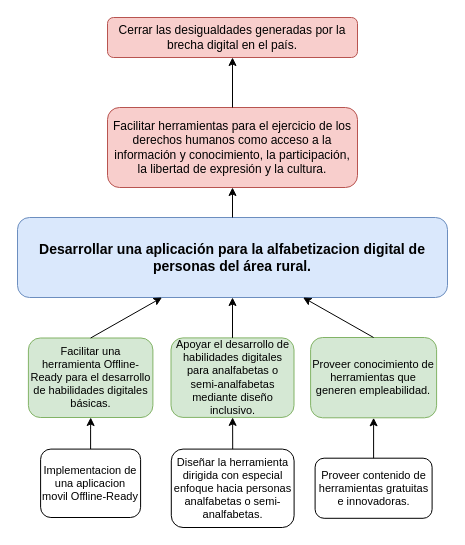
Above: page "Arbol de Objetivos Alfabetizacion digital" (2 of 7) of assets (del Proyecto)/Problemas.drawio in gabrielfmamani696/AlfabetizacionDigitalAreaRural (draw.io), before the change. Source tidied: cells renumbered, new cells numbered last; positions are measured from the earlier drawing's top-left corner, leaving out a move shared by most shapes. Both pictures are drawn from the tidied source at 100%, with x=0, y=0 at pixel (17, 17).
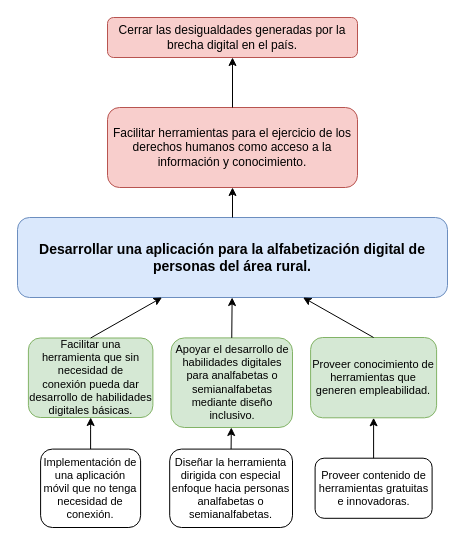
After the change.

The edit, as a diff of the source:
```diff
@@
 <mxGraphModel>
   <root>
     <mxCell id="0" />
     <mxCell id="1" parent="0" />
-    <mxCell id="2" value="Desarrollar una aplicación para la alfabetizacion digital de personas del área rural." style="rounded=1;whiteSpace=wrap;html=1;fillColor=#dae8fc;strokeColor=#6c8ebf;fontStyle=1;fontSize=14;" parent="1" vertex="1">
+    <mxCell id="2" value="Desarrollar una aplicación para la alfabetización digital de personas del área rural." style="rounded=1;whiteSpace=wrap;html=1;fillColor=#dae8fc;strokeColor=#6c8ebf;fontStyle=1;fontSize=14;" parent="1" vertex="1">
       <mxGeometry y="200" width="430" height="80" as="geometry" />
     </mxCell>
     <mxCell id="3" value="Cerrar las desigualdades generadas por la brecha digital en el país." style="rounded=1;whiteSpace=wrap;html=1;fillColor=#f8cecc;strokeColor=#b85450;fontSize=12;" parent="1" vertex="1">
       <mxGeometry x="90" width="250" height="40" as="geometry" />
     </mxCell>
-    <mxCell id="4" value="Facilitar herramientas para el ejercicio de los derechos humanos como acceso a la información y conocimiento, la participación, la libertad de expresión y la cultura." style="rounded=1;whiteSpace=wrap;html=1;fillColor=#f8cecc;strokeColor=#b85450;fontSize=12;" parent="1" vertex="1">
+    <mxCell id="4" value="Facilitar herramientas para el ejercicio de los derechos humanos como acceso a la información y conocimiento." style="rounded=1;whiteSpace=wrap;html=1;fillColor=#f8cecc;strokeColor=#b85450;fontSize=12;" parent="1" vertex="1">
       <mxGeometry x="90" y="90" width="250" height="80" as="geometry" />
     </mxCell>
     <mxCell id="5" style="endArrow=classic;html=1;rounded=0;" parent="1" edge="1" source="2" target="4">
       <mxGeometry relative="1" as="geometry" />
     </mxCell>
-    <mxCell id="6" value="Facilitar una herramienta&amp;nbsp;Offline-Ready para el desarrollo de habilidades digitales básicas." style="rounded=1;whiteSpace=wrap;html=1;fillColor=#d5e8d4;strokeColor=#82b366;fontSize=11;align=center;" parent="1" vertex="1">
+    <mxCell id="6" value="Facilitar una herramienta&amp;nbsp;que sin necesidad de conexión&amp;nbsp;pueda dar desarrollo de habilidades digitales básicas." style="rounded=1;whiteSpace=wrap;html=1;fillColor=#d5e8d4;strokeColor=#82b366;fontSize=11;align=center;" parent="1" vertex="1">
       <mxGeometry x="10.9" y="320.5" width="124.5" height="79.5" as="geometry" />
     </mxCell>
     <mxCell id="7" style="endArrow=classic;html=1;rounded=0;exitX=0.5;exitY=0;exitDx=0;exitDy=0;" parent="1" edge="1" source="6" target="2">
       <mxGeometry relative="1" as="geometry" />
     </mxCell>
-    <mxCell id="8" value="Apoyar el desarrollo de habilidades digitales para analfabetas o semi-analfabetas mediante diseño inclusivo." style="rounded=1;whiteSpace=wrap;html=1;fillColor=#d5e8d4;strokeColor=#82b366;fontSize=11;align=center;" parent="1" vertex="1">
-      <mxGeometry x="153.5" y="320.4" width="123" height="79.5" as="geometry" />
+    <mxCell id="8" value="Apoyar el desarrollo de habilidades digitales para analfabetas o semianalfabetas mediante diseño inclusivo." style="rounded=1;whiteSpace=wrap;html=1;fillColor=#d5e8d4;strokeColor=#82b366;fontSize=11;align=center;" parent="1" vertex="1">
+      <mxGeometry x="153.5" y="320.4" width="121.5" height="89.6" as="geometry" />
     </mxCell>
     <mxCell id="9" style="endArrow=classic;html=1;rounded=0;exitX=0.5;exitY=0;exitDx=0;exitDy=0;" parent="1" edge="1" source="8" target="2">
       <mxGeometry relative="1" as="geometry" />
     </mxCell>
     <mxCell id="10" style="endArrow=classic;html=1;rounded=0;" parent="1" edge="1" source="4" target="3">
       <mxGeometry relative="1" as="geometry" />
     </mxCell>
     <mxCell id="11" value="Proveer conocimiento de herramientas que generen empleabilidad." style="rounded=1;whiteSpace=wrap;fillColor=#d5e8d4;strokeColor=#82b366;fontSize=11;align=center;" parent="1" vertex="1">
       <mxGeometry x="293.1" y="320" width="126" height="80.3" as="geometry" />
     </mxCell>
     <mxCell id="12" style="endArrow=classic;html=1;rounded=0;exitX=0.5;exitY=0;exitDx=0;exitDy=0;" parent="1" edge="1" source="11" target="2">
       <mxGeometry relative="1" as="geometry" />
     </mxCell>
-    <mxCell id="13" value="Diseñar la herramienta dirigida con especial enfoque hacia personas analfabetas o semi-analfabetas." style="rounded=1;whiteSpace=wrap;html=1;fontSize=11;align=center;" parent="1" vertex="1">
-      <mxGeometry x="153.8" y="431.6" width="122.8" height="78.4" as="geometry" />
+    <mxCell id="13" value="Diseñar la herramienta dirigida con especial enfoque hacia personas analfabetas o semianalfabetas." style="rounded=1;whiteSpace=wrap;html=1;fontSize=11;align=center;" parent="1" vertex="1">
+      <mxGeometry x="152.2" y="431.6" width="122.8" height="78.4" as="geometry" />
     </mxCell>
     <mxCell id="14" style="endArrow=classic;html=1;rounded=0;exitX=0.5;exitY=0;exitDx=0;exitDy=0;" parent="1" edge="1" source="13" target="8">
       <mxGeometry relative="1" as="geometry" />
     </mxCell>
     <mxCell id="15" value="Proveer contenido de herramientas gratuitas e innovadoras." style="rounded=1;whiteSpace=wrap;html=1;fontSize=11;align=center;" parent="1" vertex="1">
       <mxGeometry x="297.6" y="440.7" width="117" height="60.1" as="geometry" />
     </mxCell>
     <mxCell id="16" style="endArrow=classic;html=1;rounded=0;exitX=0.5;exitY=0;exitDx=0;exitDy=0;" parent="1" edge="1" source="15" target="11">
       <mxGeometry relative="1" as="geometry" />
     </mxCell>
     <mxCell id="17" style="edgeStyle=orthogonalEdgeStyle;rounded=0;jettySize=auto;html=1;" parent="1" edge="1" source="18" target="6">
       <mxGeometry relative="1" as="geometry" />
     </mxCell>
-    <mxCell id="18" value="Implementacion de una aplicacion movil Offline-Ready" style="rounded=1;whiteSpace=wrap;html=1;fontSize=11;align=center;" parent="1" vertex="1">
-      <mxGeometry x="23.1" y="431.6" width="100" height="68.4" as="geometry" />
+    <mxCell id="18" value="&lt;div&gt;Implementación de una aplicación móvil que no tenga necesidad de conexión.&lt;/div&gt;" style="rounded=1;whiteSpace=wrap;html=1;fontSize=11;align=center;" parent="1" vertex="1">
+      <mxGeometry x="23.1" y="431.6" width="100" height="78.4" as="geometry" />
     </mxCell>
   </root>
 </mxGraphModel>
```
